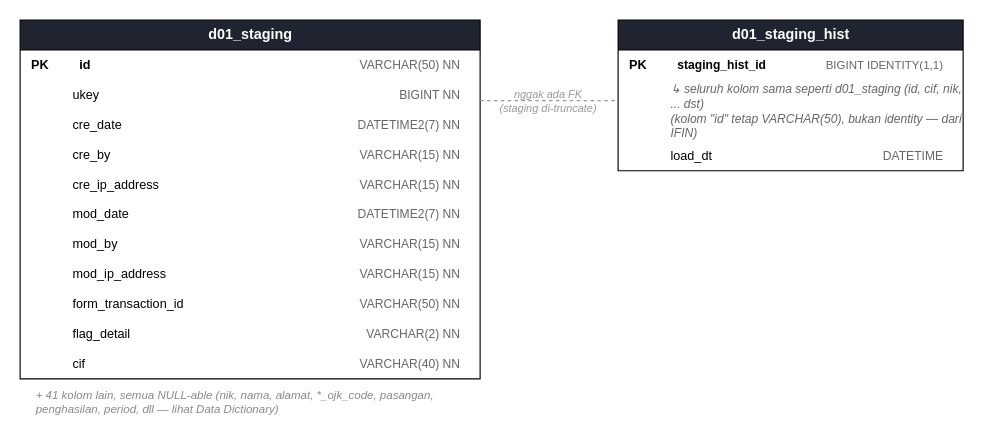
mcellina/flow_process_1 keeps this draw.io diagram as diagrams/slik-erd-crowsfoot.drawio. Above is the earlier version. Source tidied: cells renumbered, new cells numbered last; positions are measured from the earlier drawing's top-left corner, leaving out a move shared by most shapes. Both pictures are drawn from the tidied source at 115%, with x=0, y=0 at pixel (20, 20).
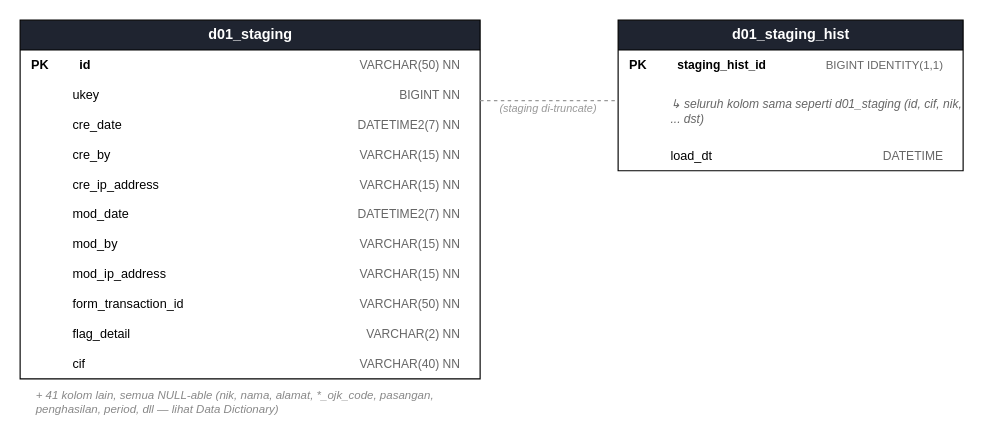
The same page after the edit.

The change refers to these unchanged cells:
```xml
<mxCell id="27" value="d01_staging_hist" style="swimlane;html=1;fontStyle=1;fontColor=#ffffff;fillColor=#1f2430;swimlaneFillColor=#ffffff;fontSize=12.5;align=center;startSize=26;" parent="1" vertex="1">
  <mxGeometry x="520" width="300" height="131" as="geometry" />
</mxCell>
```

What changed in the source:
```diff
@@
-    <mxCell id="31" value="↳ seluruh kolom sama seperti d01_staging (id, cif, nik, ... dst)&#10;   (kolom &quot;id&quot; tetap VARCHAR(50), bukan identity — dari IFIN)" style="text;html=1;align=left;verticalAlign=middle;fontSize=10.5;fontStyle=2;fontColor=#666666;spacingLeft=44;whiteSpace=wrap;" parent="27" vertex="1">
+    <mxCell id="31" value="↳ seluruh kolom sama seperti d01_staging (id, cif, nik, ... dst)" style="text;html=1;align=left;verticalAlign=middle;fontSize=10.5;fontStyle=2;fontColor=#666666;spacingLeft=44;whiteSpace=wrap;" parent="27" vertex="1">
       <mxGeometry y="52" width="300" height="53" as="geometry" />
     </mxCell>
@@
-    <mxCell id="34" value="nggak ada FK&#10;(staging di-truncate)" style="text;html=1;align=center;verticalAlign=middle;fontSize=9.5;fontStyle=2;fontColor=#999999;" parent="1" vertex="1">
+    <mxCell id="34" value="&lt;br&gt;(staging di-truncate)" style="text;html=1;align=center;verticalAlign=middle;fontSize=9.5;fontStyle=2;fontColor=#999999;" parent="1" vertex="1">
       <mxGeometry x="400" y="55" width="118" height="30" as="geometry" />
     </mxCell>
```
